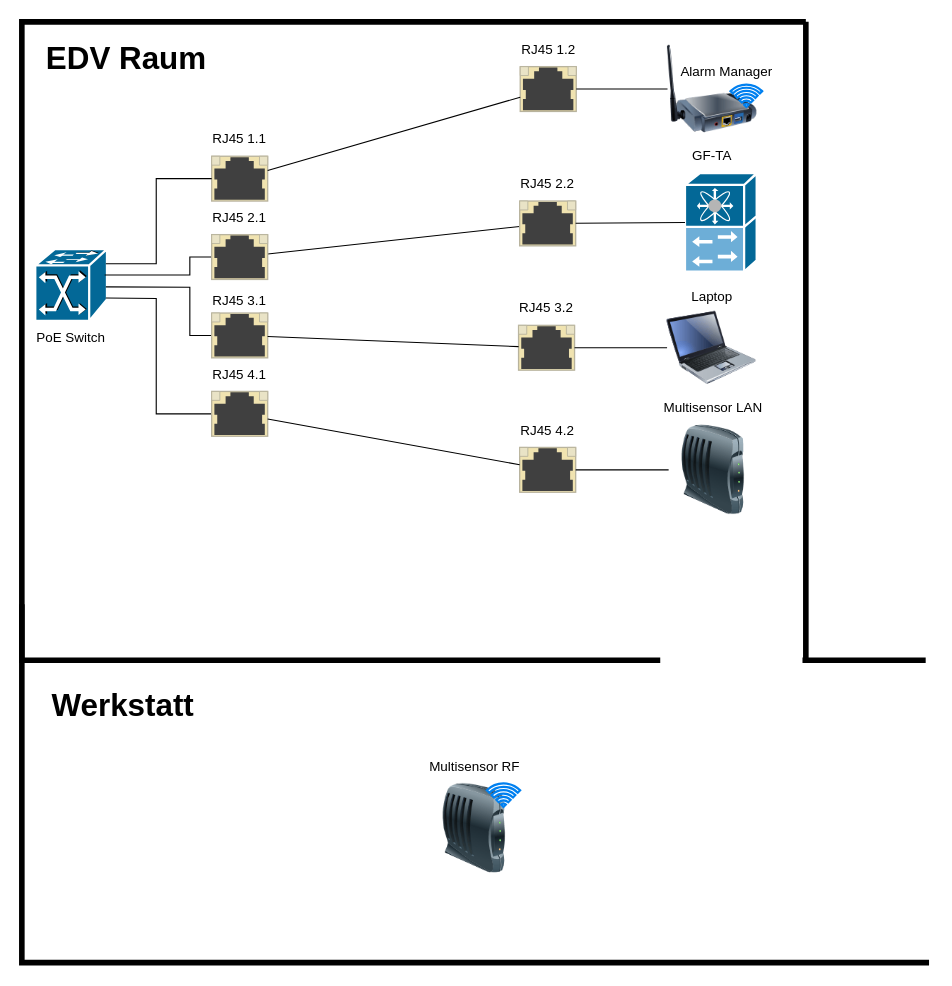
Before: Unbenanntes Diagramm.drawio in arjunrama403a/arjunrama403a, a draw.io diagram. Source tidied: cells renumbered, new cells numbered last; positions are measured from the earlier drawing's top-left corner, leaving out a move shared by most shapes. Both pictures are drawn from the tidied source at 112%, with x=0, y=0 at pixel (21, 21).
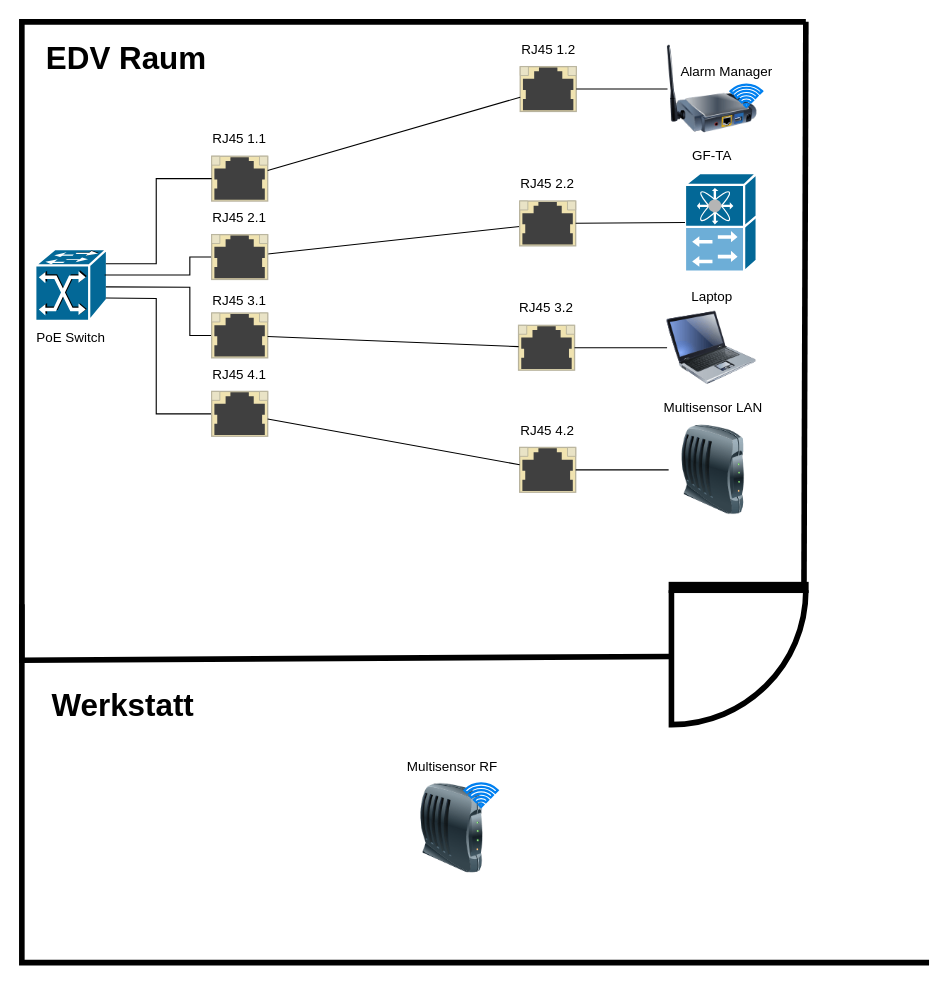
Above is the later version.

The edit, as a diff of the source:
```diff
@@
-    <mxCell id="55" style="endArrow=none;html=1;rounded=0;strokeWidth=5;" parent="1" edge="1">
+    <mxCell id="55" style="endArrow=none;html=1;rounded=0;strokeWidth=5;" parent="1" edge="1" source="66">
       <mxGeometry relative="1" as="geometry">
-        <mxPoint x="570" y="570" as="sourcePoint" />
         <mxPoint x="700" as="targetPoint" />
         <Array as="points">
           <mxPoint y="570" />
           <mxPoint />
         </Array>
       </mxGeometry>
     </mxCell>
-    <mxCell id="56" style="endArrow=none;html=1;rounded=0;strokeWidth=5;" parent="1" edge="1">
+    <mxCell id="56" style="endArrow=none;html=1;rounded=0;strokeWidth=5;exitX=0.986;exitY=0.037;exitDx=0;exitDy=0;exitPerimeter=0;" parent="1" edge="1" source="66">
       <mxGeometry relative="1" as="geometry">
-        <mxPoint x="700" y="570" as="sourcePoint" />
         <mxPoint x="700" as="targetPoint" />
       </mxGeometry>
     </mxCell>
@@
     <mxCell id="58" style="group;" parent="1" vertex="1">
-      <mxGeometry x="350" y="650" width="109" height="110" as="geometry" />
+      <mxGeometry x="330" y="650" width="109" height="110" as="geometry" />
     </mxCell>
@@
-    <mxCell id="64" style="endArrow=none;html=1;rounded=0;strokeWidth=5;" parent="1" edge="1">
-      <mxGeometry relative="1" as="geometry">
-        <mxPoint x="697" y="570" as="sourcePoint" />
-        <mxPoint x="807" y="570" as="targetPoint" />
-      </mxGeometry>
-    </mxCell>
@@
+    <mxCell id="66" style="verticalLabelPosition=bottom;html=1;verticalAlign=top;align=center;shape=mxgraph.floorplan.doorLeft;strokeWidth=5;" parent="1" vertex="1">
+      <mxGeometry x="580" y="502.5" width="120" height="127.5" as="geometry" />
+    </mxCell>
```
